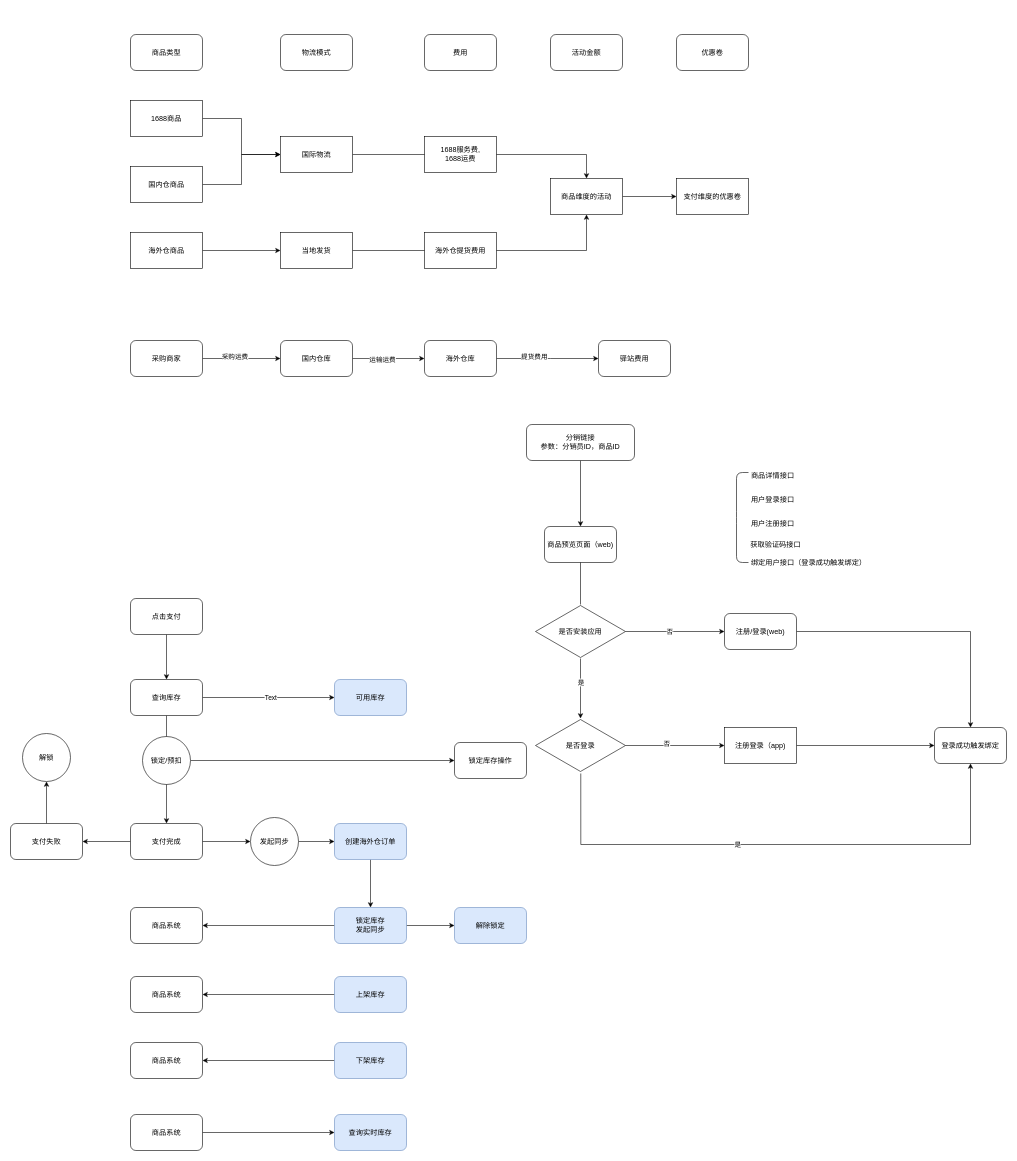
Before: orders.drawio in RoastGoose/order-center, a draw.io diagram. Source tidied: cells renumbered, new cells numbered last; positions are measured from the earlier drawing's top-left corner, leaving out a move shared by most shapes. Both pictures are drawn from the tidied source at 60%, with x=0, y=0 at pixel (10, 16).
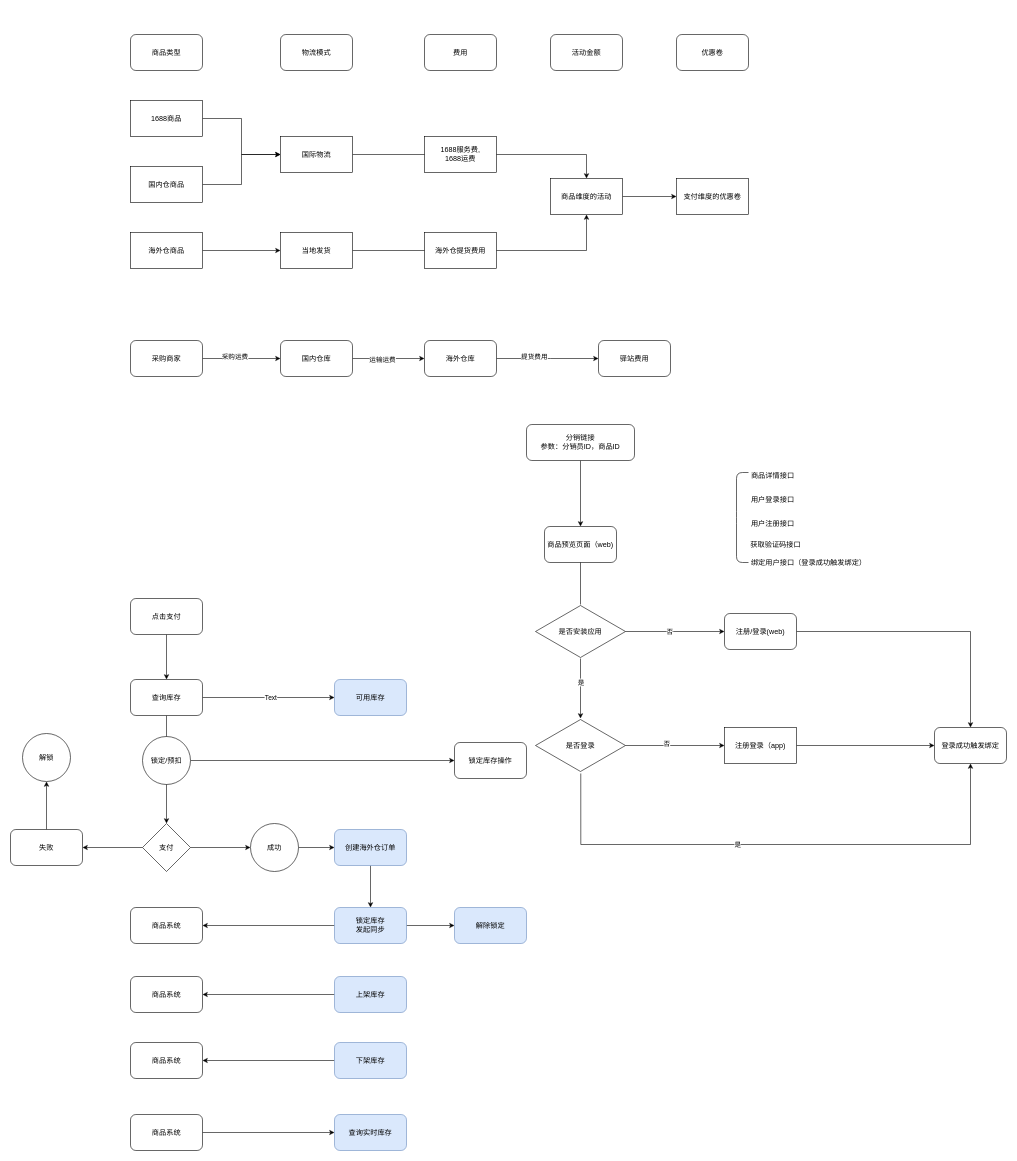
Above is the later version.

The change refers to these unchanged cells:
```xml
<mxCell id="65" value="查询库存" style="rounded=1;whiteSpace=wrap;html=1;" parent="1" vertex="1">
  <mxGeometry x="200" y="1105" width="120" height="60" as="geometry" />
</mxCell>
```

Change to the diagram source:
```diff
@@
-    <mxCell id="64" style="edgeStyle=orthogonalEdgeStyle;rounded=0;jettySize=auto;html=1;" parent="1" edge="1" source="65" target="69">
-      <mxGeometry relative="1" as="geometry" />
+    <mxCell id="64" style="edgeStyle=orthogonalEdgeStyle;rounded=0;jettySize=auto;html=1;" parent="1" edge="1" source="65">
+      <mxGeometry relative="1" as="geometry">
+        <mxPoint x="260" y="1345" as="targetPoint" />
+      </mxGeometry>
     </mxCell>
@@
-    <mxCell id="67" style="edgeStyle=orthogonalEdgeStyle;rounded=0;jettySize=auto;html=1;" parent="1" edge="1" source="69" target="85">
+    <mxCell id="67" style="edgeStyle=orthogonalEdgeStyle;rounded=0;jettySize=auto;html=1;exitX=1;exitY=0.5;exitDx=0;exitDy=0;" parent="1" edge="1" source="93" target="85">
       <mxGeometry relative="1" as="geometry" />
     </mxCell>
-    <mxCell id="68" style="edgeStyle=orthogonalEdgeStyle;rounded=0;jettySize=auto;html=1;" parent="1" edge="1" source="69" target="89">
+    <mxCell id="68" style="edgeStyle=orthogonalEdgeStyle;rounded=0;jettySize=auto;html=1;exitX=0;exitY=0.5;exitDx=0;exitDy=0;" parent="1" edge="1" source="93" target="89">
       <mxGeometry relative="1" as="geometry" />
     </mxCell>
-    <mxCell id="69" value="支付完成" style="rounded=1;whiteSpace=wrap;html=1;" parent="1" vertex="1">
-      <mxGeometry x="200" y="1345" width="120" height="60" as="geometry" />
-    </mxCell>
@@
     <mxCell id="71" value="创建海外仓订单" style="rounded=1;whiteSpace=wrap;html=1;fillColor=#dae8fc;strokeColor=#6c8ebf;" parent="1" vertex="1">
-      <mxGeometry x="540" y="1345" width="120" height="60" as="geometry" />
+      <mxGeometry x="540" y="1355" width="120" height="60" as="geometry" />
     </mxCell>
@@
-    <mxCell id="85" value="发起同步" style="ellipse;whiteSpace=wrap;html=1;rounded=1;" parent="1" vertex="1">
-      <mxGeometry x="400" y="1335" width="80" height="80" as="geometry" />
+    <mxCell id="85" value="成功" style="ellipse;whiteSpace=wrap;html=1;rounded=1;" parent="1" vertex="1">
+      <mxGeometry x="400" y="1345" width="80" height="80" as="geometry" />
     </mxCell>
@@
-    <mxCell id="89" value="支付失败" style="rounded=1;whiteSpace=wrap;html=1;" parent="1" vertex="1">
-      <mxGeometry y="1345" width="120" height="60" as="geometry" />
+    <mxCell id="89" value="失败" style="rounded=1;whiteSpace=wrap;html=1;" parent="1" vertex="1">
+      <mxGeometry y="1355" width="120" height="60" as="geometry" />
     </mxCell>
@@
+    <mxCell id="93" value="支付" style="rhombus;whiteSpace=wrap;html=1;" parent="1" vertex="1">
+      <mxGeometry x="220" y="1345" width="80" height="80" as="geometry" />
+    </mxCell>
```
